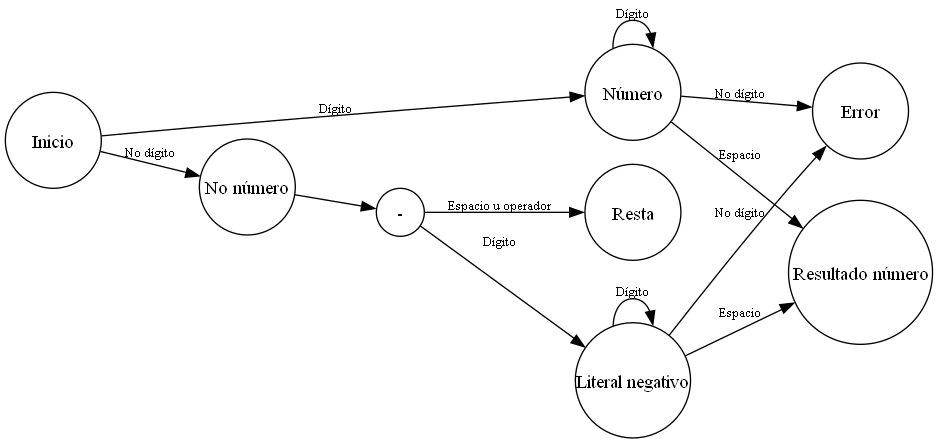
SebaR1/Tp-SSL-Equipo1-2023 keeps this Graphviz diagram as PolCalc/maquinadeestado.png. Above is the earlier version. Its source is kept beside it as PolCalc/maquinadeestado.gv.
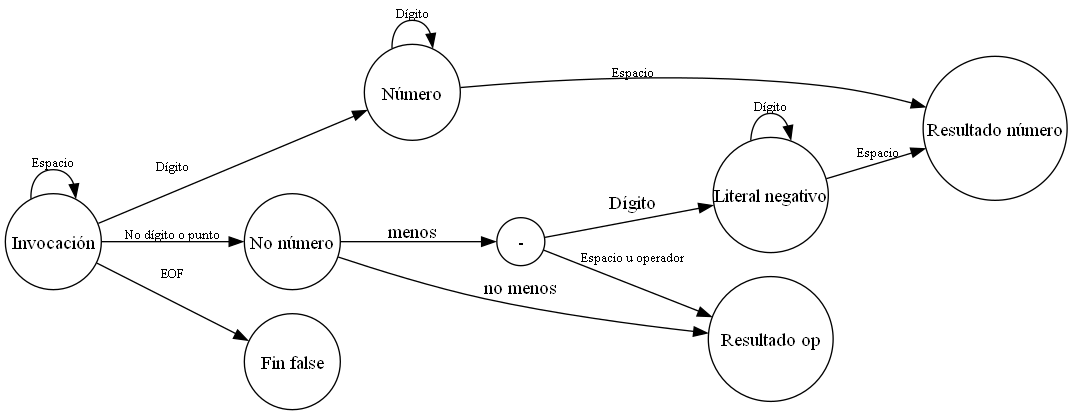
After the change.

What changed in the source:
```diff
@@ -3,28 +3,26 @@
 node [shape=circle];
 rankdir=LR;
 
-I [label="Inicio",fixedsize="true",width=1, height=0.8];
+I [label="Invocación",fixedsize="true",width=1, height=0.8];
 Num [label="Número",fixedsize="true", width=1, height=0.8];
 Nonum[label="No número",fixedsize="true", width=1, height=0.8];
-Err [label="Error",fixedsize="true",width=1, height=0.8];
+fin [label="Fin false",fixedsize="true",width=1, height=0.8];
 res [label="-",fixedsize="true"];
 Lit [label="Literal negativo",fixedsize="true", width=1.2, height=0.8];
-Resta [label="Resta",fixedsize="true",width=1, height=0.8];
 ResultNum [label="Resultado número",fixedsize="true",width=1.5, height=0.8];
-
-I -> Num [label="Dígito", fontsize="10"];
-Num -> Err [label = "No dígito", labeldistance="1" , fontsize="10"];
-Num -> Num [label = "Dígito", labeldistance="1" ,fontsize="10"];
-I -> Nonum [label = "No dígito" ,fontsize="10"];
-Nonum -> res []
-res -> Lit [label = "Dígito" ,fontsize="10"]
-res -> Resta [label = "Espacio u operador" ,fontsize="10"]
-Lit -> Err [label = "No dígito",fontsize="10"]
-Lit -> Lit [label = "Dígito", labeldistance="1" ,fontsize="10"];
-Num -> ResultNum [label = "Espacio",fontsize="10"]
-
-Lit -> ResultNum [label = "Espacio",fontsize="10"]
+ResultOp [label="Resultado op",fixedsize="true",width=1.3, height=0.8];
 
 
-
+I -> fin [label = "EOF",fontsize = "10"];
+I -> Num [label="Dígito", fontsize="10"];
+I -> I [label="Espacio", fontsize="10"];
+I -> Nonum [label = "No dígito o punto" ,fontsize="10"];
+Num -> Num [label = "Dígito", labeldistance="1" ,fontsize="10"];
+Num -> ResultNum [label = "Espacio",fontsize="10"]
+Nonum -> res [label = "menos"]
+Nonum -> ResultOp[label = "no menos"]
+res -> Lit [label = "Dígito"]
+res -> ResultOp [label = "Espacio u operador" ,fontsize="10"]
+Lit -> Lit [label = "Dígito", labeldistance="1" ,fontsize="10"];
+Lit -> ResultNum [label = "Espacio",fontsize="10"]
 }
```
